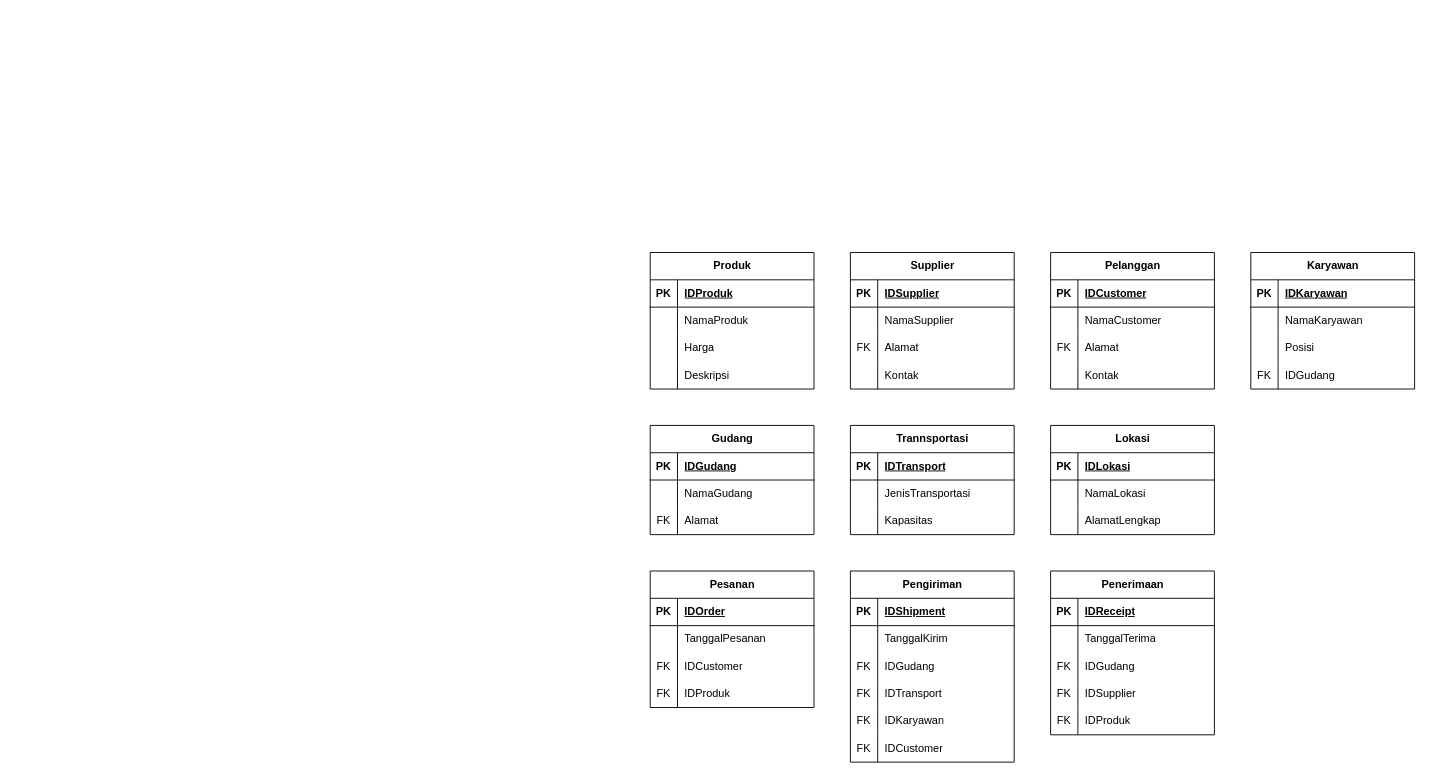
Above: page "Logical Data Model" (4 of 10) of logistic-management-system.drawio in Firzh/semester-3 (draw.io), before the change. Source tidied: cells renumbered, new cells numbered last; positions are measured from the earlier drawing's top-left corner, leaving out a move shared by most shapes. Both pictures are drawn from the tidied source at 91%, with x=0, y=0 at pixel (650, 252).
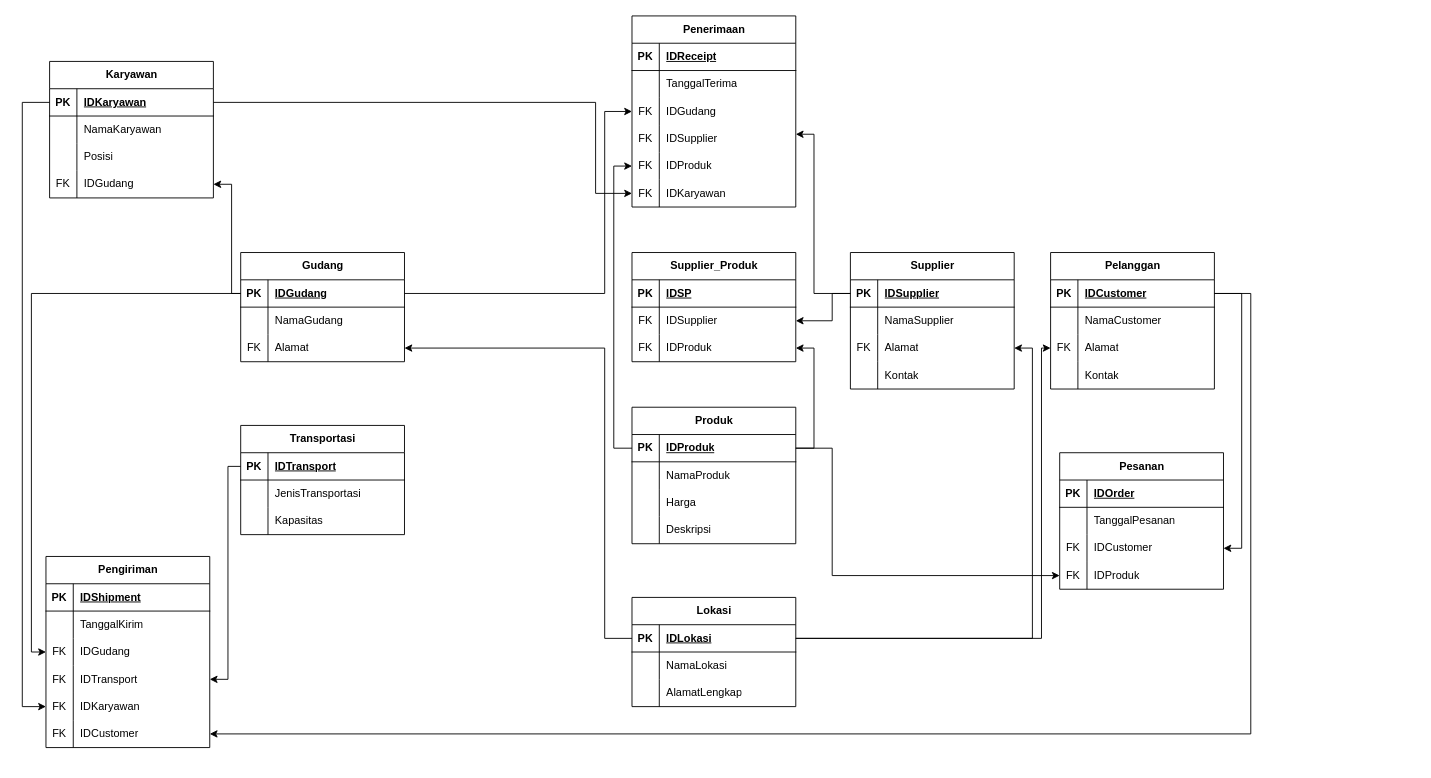
The same diagram, later.

Unchanged cells that the change refers to:
```xml
<mxCell id="3" style="shape=tableRow;horizontal=0;startSize=0;swimlaneHead=0;swimlaneBody=0;fillColor=none;points=[[0,0.5],[1,0.5]];portConstraint=eastwest;top=0;left=0;right=0;bottom=1;" parent="2" vertex="1">
  <mxGeometry y="30" width="180" height="30" as="geometry" />
</mxCell>
<mxCell id="16" style="shape=tableRow;horizontal=0;startSize=0;swimlaneHead=0;swimlaneBody=0;fillColor=none;points=[[0,0.5],[1,0.5]];portConstraint=eastwest;top=0;left=0;right=0;bottom=1;" parent="15" vertex="1">
  <mxGeometry y="30" width="180" height="30" as="geometry" />
</mxCell>
<mxCell id="22" style="shape=tableRow;horizontal=0;startSize=0;swimlaneHead=0;swimlaneBody=0;fillColor=none;points=[[0,0.5],[1,0.5]];portConstraint=eastwest;top=0;left=0;right=0;bottom=0;" parent="15" vertex="1">
  <mxGeometry y="90" width="180" height="30" as="geometry" />
</mxCell>
<mxCell id="29" style="shape=tableRow;horizontal=0;startSize=0;swimlaneHead=0;swimlaneBody=0;fillColor=none;points=[[0,0.5],[1,0.5]];portConstraint=eastwest;top=0;left=0;right=0;bottom=1;" parent="28" vertex="1">
  <mxGeometry y="30" width="180" height="30" as="geometry" />
</mxCell>
<mxCell id="35" style="shape=tableRow;horizontal=0;startSize=0;swimlaneHead=0;swimlaneBody=0;fillColor=none;points=[[0,0.5],[1,0.5]];portConstraint=eastwest;top=0;left=0;right=0;bottom=0;" parent="28" vertex="1">
  <mxGeometry y="90" width="180" height="30" as="geometry" />
</mxCell>
<mxCell id="42" style="shape=tableRow;horizontal=0;startSize=0;swimlaneHead=0;swimlaneBody=0;fillColor=none;points=[[0,0.5],[1,0.5]];portConstraint=eastwest;top=0;left=0;right=0;bottom=1;" parent="41" vertex="1">
  <mxGeometry y="30" width="180" height="30" as="geometry" />
</mxCell>
<mxCell id="48" style="shape=tableRow;horizontal=0;startSize=0;swimlaneHead=0;swimlaneBody=0;fillColor=none;points=[[0,0.5],[1,0.5]];portConstraint=eastwest;top=0;left=0;right=0;bottom=0;" parent="41" vertex="1">
  <mxGeometry y="90" width="180" height="30" as="geometry" />
</mxCell>
<mxCell id="52" style="shape=tableRow;horizontal=0;startSize=0;swimlaneHead=0;swimlaneBody=0;fillColor=none;points=[[0,0.5],[1,0.5]];portConstraint=eastwest;top=0;left=0;right=0;bottom=1;" parent="51" vertex="1">
  <mxGeometry y="30" width="180" height="30" as="geometry" />
</mxCell>
<mxCell id="62" style="shape=tableRow;horizontal=0;startSize=0;swimlaneHead=0;swimlaneBody=0;fillColor=none;points=[[0,0.5],[1,0.5]];portConstraint=eastwest;top=0;left=0;right=0;bottom=1;" parent="61" vertex="1">
  <mxGeometry y="30" width="180" height="30" as="geometry" />
</mxCell>
<mxCell id="78" style="shape=tableRow;horizontal=0;startSize=0;swimlaneHead=0;swimlaneBody=0;fillColor=none;points=[[0,0.5],[1,0.5]];portConstraint=eastwest;top=0;left=0;right=0;bottom=0;" parent="71" vertex="1">
  <mxGeometry y="90" width="180" height="30" as="geometry" />
</mxCell>
<mxCell id="81" style="shape=tableRow;horizontal=0;startSize=0;swimlaneHead=0;swimlaneBody=0;fillColor=none;points=[[0,0.5],[1,0.5]];portConstraint=eastwest;top=0;left=0;right=0;bottom=0;" parent="71" vertex="1">
  <mxGeometry y="120" width="180" height="30" as="geometry" />
</mxCell>
<mxCell id="91" style="shape=tableRow;horizontal=0;startSize=0;swimlaneHead=0;swimlaneBody=0;fillColor=none;points=[[0,0.5],[1,0.5]];portConstraint=eastwest;top=0;left=0;right=0;bottom=0;" parent="84" vertex="1">
  <mxGeometry y="90" width="180" height="30" as="geometry" />
</mxCell>
<mxCell id="94" style="shape=tableRow;horizontal=0;startSize=0;swimlaneHead=0;swimlaneBody=0;fillColor=none;points=[[0,0.5],[1,0.5]];portConstraint=eastwest;top=0;left=0;right=0;bottom=0;" parent="84" vertex="1">
  <mxGeometry y="120" width="180" height="30" as="geometry" />
</mxCell>
<mxCell id="97" style="shape=tableRow;horizontal=0;startSize=0;swimlaneHead=0;swimlaneBody=0;fillColor=none;points=[[0,0.5],[1,0.5]];portConstraint=eastwest;top=0;left=0;right=0;bottom=0;" parent="84" vertex="1">
  <mxGeometry y="150" width="180" height="30" as="geometry" />
</mxCell>
<mxCell id="100" style="shape=tableRow;horizontal=0;startSize=0;swimlaneHead=0;swimlaneBody=0;fillColor=none;points=[[0,0.5],[1,0.5]];portConstraint=eastwest;top=0;left=0;right=0;bottom=0;" parent="84" vertex="1">
  <mxGeometry y="180" width="180" height="30" as="geometry" />
</mxCell>
<mxCell id="110" style="shape=tableRow;horizontal=0;startSize=0;swimlaneHead=0;swimlaneBody=0;fillColor=none;points=[[0,0.5],[1,0.5]];portConstraint=eastwest;top=0;left=0;right=0;bottom=0;" parent="103" vertex="1">
  <mxGeometry y="90" width="180" height="30" as="geometry" />
</mxCell>
<mxCell id="116" style="shape=tableRow;horizontal=0;startSize=0;swimlaneHead=0;swimlaneBody=0;fillColor=none;points=[[0,0.5],[1,0.5]];portConstraint=eastwest;top=0;left=0;right=0;bottom=0;" parent="103" vertex="1">
  <mxGeometry y="150" width="180" height="30" as="geometry" />
</mxCell>
<mxCell id="120" style="shape=tableRow;horizontal=0;startSize=0;swimlaneHead=0;swimlaneBody=0;fillColor=none;points=[[0,0.5],[1,0.5]];portConstraint=eastwest;top=0;left=0;right=0;bottom=1;" parent="119" vertex="1">
  <mxGeometry y="30" width="180" height="30" as="geometry" />
</mxCell>
<mxCell id="129" style="shape=tableRow;horizontal=0;startSize=0;swimlaneHead=0;swimlaneBody=0;fillColor=none;points=[[0,0.5],[1,0.5]];portConstraint=eastwest;top=0;left=0;right=0;bottom=0;" parent="119" vertex="1">
  <mxGeometry y="120" width="180" height="30" as="geometry" />
</mxCell>
```

Diff of the diagram source:
```diff
@@
     <mxCell id="2" value="Produk" style="shape=table;startSize=30;childLayout=tableLayout;rowLines=0;fontStyle=1;align=center;html=1;" parent="1" vertex="1">
-      <mxGeometry width="180" height="150" as="geometry" />
+      <mxGeometry x="-20" y="170" width="180" height="150" as="geometry" />
     </mxCell>
@@
     <mxCell id="41" value="Gudang" style="shape=table;startSize=30;childLayout=tableLayout;rowLines=0;fontStyle=1;align=center;html=1;" parent="1" vertex="1">
-      <mxGeometry y="190" width="180" height="120" as="geometry" />
+      <mxGeometry x="-450" width="180" height="120" as="geometry" />
     </mxCell>
@@
-    <mxCell id="51" value="Trannsportasi" style="shape=table;startSize=30;childLayout=tableLayout;rowLines=0;fontStyle=1;align=center;html=1;" parent="1" vertex="1">
-      <mxGeometry x="220" y="190" width="180" height="120" as="geometry" />
+    <mxCell id="51" value="Transportasi" style="shape=table;startSize=30;childLayout=tableLayout;rowLines=0;fontStyle=1;align=center;html=1;" parent="1" vertex="1">
+      <mxGeometry x="-450" y="190" width="180" height="120" as="geometry" />
     </mxCell>
@@
     <mxCell id="61" value="Lokasi" style="shape=table;startSize=30;childLayout=tableLayout;rowLines=0;fontStyle=1;align=center;html=1;" parent="1" vertex="1">
-      <mxGeometry x="440" y="190" width="180" height="120" as="geometry" />
+      <mxGeometry x="-20" y="379" width="180" height="120" as="geometry" />
     </mxCell>
@@
     <mxCell id="71" value="Pesanan" style="shape=table;startSize=30;childLayout=tableLayout;rowLines=0;fontStyle=1;align=center;html=1;" parent="1" vertex="1">
-      <mxGeometry y="350" width="180" height="150" as="geometry" />
+      <mxGeometry x="450" y="220" width="180" height="150" as="geometry" />
     </mxCell>
@@
     <mxCell id="84" value="Pengiriman" style="shape=table;startSize=30;childLayout=tableLayout;rowLines=0;fontStyle=1;align=center;html=1;" parent="1" vertex="1">
-      <mxGeometry x="220" y="350" width="180" height="210" as="geometry" />
+      <mxGeometry x="-664" y="334" width="180" height="210" as="geometry" />
     </mxCell>
@@
     <mxCell id="103" value="Penerimaan" style="shape=table;startSize=30;childLayout=tableLayout;rowLines=0;fontStyle=1;align=center;html=1;" parent="1" vertex="1">
-      <mxGeometry x="440" y="350" width="180" height="180" as="geometry" />
+      <mxGeometry x="-20" y="-260" width="180" height="210" as="geometry" />
     </mxCell>
@@
+    <mxCell id="132" style="shape=tableRow;horizontal=0;startSize=0;swimlaneHead=0;swimlaneBody=0;fillColor=none;points=[[0,0.5],[1,0.5]];portConstraint=eastwest;top=0;left=0;right=0;bottom=0;" parent="103" vertex="1">
+      <mxGeometry y="180" width="180" height="30" as="geometry" />
+    </mxCell>
+    <mxCell id="133" value="FK" style="shape=partialRectangle;fillColor=none;top=0;left=0;bottom=0;right=0;overflow=hidden;whiteSpace=wrap;html=1;" parent="132" vertex="1">
+      <mxGeometry width="30" height="30" as="geometry" />
+    </mxCell>
+    <mxCell id="134" value="IDKaryawan" style="shape=partialRectangle;fillColor=none;top=0;left=0;bottom=0;right=0;align=left;spacingLeft=6;overflow=hidden;whiteSpace=wrap;html=1;" parent="132" vertex="1">
+      <mxGeometry x="30" width="150" height="30" as="geometry" />
+    </mxCell>
     <mxCell id="119" value="Karyawan" style="shape=table;startSize=30;childLayout=tableLayout;rowLines=0;fontStyle=1;align=center;html=1;" parent="1" vertex="1">
-      <mxGeometry x="660" width="180" height="150" as="geometry" />
+      <mxGeometry x="-660" y="-210" width="180" height="150" as="geometry" />
     </mxCell>
@@
+    <mxCell id="135" value="Supplier_Produk" style="shape=table;startSize=30;childLayout=tableLayout;rowLines=0;fontStyle=1;align=center;html=1;" parent="1" vertex="1">
+      <mxGeometry x="-20" width="180" height="120" as="geometry" />
+    </mxCell>
+    <mxCell id="136" style="shape=tableRow;horizontal=0;startSize=0;swimlaneHead=0;swimlaneBody=0;fillColor=none;top=0;left=0;right=0;bottom=1;" parent="135" vertex="1">
+      <mxGeometry y="30" width="180" height="30" as="geometry" />
+    </mxCell>
+    <mxCell id="137" value="PK" style="shape=partialRectangle;fillColor=none;top=0;left=0;bottom=0;right=0;fontStyle=1;overflow=hidden;whiteSpace=wrap;html=1;" parent="136" vertex="1">
+      <mxGeometry width="30" height="30" as="geometry" />
+    </mxCell>
+    <mxCell id="138" value="IDSP" style="shape=partialRectangle;fillColor=none;top=0;left=0;bottom=0;right=0;align=left;spacingLeft=6;fontStyle=5;overflow=hidden;whiteSpace=wrap;html=1;" parent="136" vertex="1">
+      <mxGeometry x="30" width="150" height="30" as="geometry" />
+    </mxCell>
+    <mxCell id="139" style="shape=tableRow;horizontal=0;startSize=0;swimlaneHead=0;swimlaneBody=0;fillColor=none;points=[[0,0.5],[1,0.5]];portConstraint=eastwest;top=0;left=0;right=0;bottom=0;" parent="135" vertex="1">
+      <mxGeometry y="60" width="180" height="30" as="geometry" />
+    </mxCell>
+    <mxCell id="140" value="FK" style="shape=partialRectangle;fillColor=none;top=0;left=0;bottom=0;right=0;overflow=hidden;whiteSpace=wrap;html=1;" parent="139" vertex="1">
+      <mxGeometry width="30" height="30" as="geometry" />
+    </mxCell>
+    <mxCell id="141" value="IDSupplier" style="shape=partialRectangle;fillColor=none;top=0;left=0;bottom=0;right=0;align=left;spacingLeft=6;overflow=hidden;whiteSpace=wrap;html=1;" parent="139" vertex="1">
+      <mxGeometry x="30" width="150" height="30" as="geometry" />
+    </mxCell>
+    <mxCell id="142" style="shape=tableRow;horizontal=0;startSize=0;swimlaneHead=0;swimlaneBody=0;fillColor=none;points=[[0,0.5],[1,0.5]];portConstraint=eastwest;top=0;left=0;right=0;bottom=0;" parent="135" vertex="1">
+      <mxGeometry y="90" width="180" height="30" as="geometry" />
+    </mxCell>
+    <mxCell id="143" value="FK" style="shape=partialRectangle;fillColor=none;top=0;left=0;bottom=0;right=0;overflow=hidden;whiteSpace=wrap;html=1;" parent="142" vertex="1">
+      <mxGeometry width="30" height="30" as="geometry" />
+    </mxCell>
+    <mxCell id="144" value="IDProduk" style="shape=partialRectangle;fillColor=none;top=0;left=0;bottom=0;right=0;align=left;spacingLeft=6;overflow=hidden;whiteSpace=wrap;html=1;" parent="142" vertex="1">
+      <mxGeometry x="30" width="150" height="30" as="geometry" />
+    </mxCell>
+    <mxCell id="145" style="edgeStyle=orthogonalEdgeStyle;rounded=0;jettySize=auto;html=1;entryX=1;entryY=0.5;entryDx=0;entryDy=0;" parent="1" edge="1" source="16" target="139">
+      <mxGeometry relative="1" as="geometry">
+        <Array as="points">
+          <mxPoint x="200" y="45" />
+          <mxPoint x="200" y="75" />
+        </Array>
+      </mxGeometry>
+    </mxCell>
+    <mxCell id="146" style="edgeStyle=orthogonalEdgeStyle;rounded=0;jettySize=auto;html=1;entryX=1;entryY=0.5;entryDx=0;entryDy=0;exitX=1;exitY=0.5;exitDx=0;exitDy=0;" parent="1" edge="1" source="3" target="142">
+      <mxGeometry relative="1" as="geometry" />
+    </mxCell>
+    <mxCell id="147" style="edgeStyle=orthogonalEdgeStyle;rounded=0;jettySize=auto;html=1;" parent="1" edge="1" source="16">
+      <mxGeometry relative="1" as="geometry">
+        <mxPoint x="160" y="-130" as="targetPoint" />
+        <Array as="points">
+          <mxPoint x="180" y="45" />
+          <mxPoint x="180" y="-130" />
+        </Array>
+      </mxGeometry>
+    </mxCell>
+    <mxCell id="148" style="edgeStyle=orthogonalEdgeStyle;rounded=0;jettySize=auto;html=1;entryX=0;entryY=0.5;entryDx=0;entryDy=0;" parent="1" edge="1" source="42" target="110">
+      <mxGeometry relative="1" as="geometry">
+        <Array as="points">
+          <mxPoint x="-50" y="45" />
+          <mxPoint x="-50" y="-155" />
+        </Array>
+      </mxGeometry>
+    </mxCell>
+    <mxCell id="149" style="edgeStyle=orthogonalEdgeStyle;rounded=0;jettySize=auto;html=1;entryX=0;entryY=0.5;entryDx=0;entryDy=0;" parent="1" edge="1" source="3" target="116">
+      <mxGeometry relative="1" as="geometry" />
+    </mxCell>
+    <mxCell id="150" style="edgeStyle=orthogonalEdgeStyle;rounded=0;jettySize=auto;html=1;entryX=1;entryY=0.5;entryDx=0;entryDy=0;" parent="1" edge="1" source="42" target="129">
+      <mxGeometry relative="1" as="geometry">
+        <Array as="points">
+          <mxPoint x="-460" y="45" />
+          <mxPoint x="-460" y="-75" />
+        </Array>
+      </mxGeometry>
+    </mxCell>
+    <mxCell id="151" style="edgeStyle=orthogonalEdgeStyle;rounded=0;jettySize=auto;html=1;entryX=0;entryY=0.5;entryDx=0;entryDy=0;" parent="1" edge="1" source="62" target="35">
+      <mxGeometry relative="1" as="geometry">
+        <Array as="points">
+          <mxPoint x="430" y="424" />
+          <mxPoint x="430" y="105" />
+        </Array>
+      </mxGeometry>
+    </mxCell>
+    <mxCell id="152" style="edgeStyle=orthogonalEdgeStyle;rounded=0;jettySize=auto;html=1;entryX=1;entryY=0.5;entryDx=0;entryDy=0;" parent="1" edge="1" source="62" target="22">
+      <mxGeometry relative="1" as="geometry" />
+    </mxCell>
+    <mxCell id="153" style="edgeStyle=orthogonalEdgeStyle;rounded=0;jettySize=auto;html=1;exitX=1;exitY=0.5;exitDx=0;exitDy=0;entryX=1;entryY=0.5;entryDx=0;entryDy=0;" parent="1" edge="1" source="29" target="78">
+      <mxGeometry relative="1" as="geometry" />
+    </mxCell>
+    <mxCell id="154" style="edgeStyle=orthogonalEdgeStyle;rounded=0;jettySize=auto;html=1;exitX=1;exitY=0.5;exitDx=0;exitDy=0;entryX=0;entryY=0.5;entryDx=0;entryDy=0;" parent="1" edge="1" source="3" target="81">
+      <mxGeometry relative="1" as="geometry">
+        <Array as="points">
+          <mxPoint x="200" y="215" />
+          <mxPoint x="200" y="355" />
+        </Array>
+      </mxGeometry>
+    </mxCell>
+    <mxCell id="155" style="edgeStyle=orthogonalEdgeStyle;rounded=0;jettySize=auto;html=1;exitX=0;exitY=0.5;exitDx=0;exitDy=0;entryX=1;entryY=0.5;entryDx=0;entryDy=0;" parent="1" edge="1" source="62" target="48">
+      <mxGeometry relative="1" as="geometry">
+        <Array as="points">
+          <mxPoint x="-50" y="424" />
+          <mxPoint x="-50" y="105" />
+        </Array>
+      </mxGeometry>
+    </mxCell>
+    <mxCell id="156" style="edgeStyle=orthogonalEdgeStyle;rounded=0;jettySize=auto;html=1;exitX=0;exitY=0.5;exitDx=0;exitDy=0;entryX=0;entryY=0.5;entryDx=0;entryDy=0;" parent="1" edge="1" source="42" target="91">
+      <mxGeometry relative="1" as="geometry">
+        <Array as="points">
+          <mxPoint x="-680" y="45" />
+          <mxPoint x="-680" y="439" />
+        </Array>
+      </mxGeometry>
+    </mxCell>
+    <mxCell id="157" style="edgeStyle=orthogonalEdgeStyle;rounded=0;jettySize=auto;html=1;entryX=1;entryY=0.5;entryDx=0;entryDy=0;" parent="1" edge="1" source="52" target="94">
+      <mxGeometry relative="1" as="geometry">
+        <Array as="points">
+          <mxPoint x="-464" y="235" />
+          <mxPoint x="-464" y="469" />
+        </Array>
+      </mxGeometry>
+    </mxCell>
+    <mxCell id="158" style="edgeStyle=orthogonalEdgeStyle;rounded=0;jettySize=auto;html=1;exitX=1;exitY=0.5;exitDx=0;exitDy=0;entryX=0;entryY=0.5;entryDx=0;entryDy=0;" parent="1" edge="1" source="120" target="132">
+      <mxGeometry relative="1" as="geometry">
+        <Array as="points">
+          <mxPoint x="-60" y="-165" />
+          <mxPoint x="-60" y="-65" />
+        </Array>
+      </mxGeometry>
+    </mxCell>
+    <mxCell id="159" style="edgeStyle=orthogonalEdgeStyle;rounded=0;jettySize=auto;html=1;exitX=0;exitY=0.5;exitDx=0;exitDy=0;entryX=0;entryY=0.5;entryDx=0;entryDy=0;" parent="1" edge="1" source="120" target="97">
+      <mxGeometry relative="1" as="geometry">
+        <Array as="points">
+          <mxPoint x="-690" y="-165" />
+          <mxPoint x="-690" y="499" />
+        </Array>
+      </mxGeometry>
+    </mxCell>
+    <mxCell id="160" style="edgeStyle=orthogonalEdgeStyle;rounded=0;jettySize=auto;html=1;entryX=1;entryY=0.5;entryDx=0;entryDy=0;" parent="1" edge="1" source="29" target="100">
+      <mxGeometry relative="1" as="geometry">
+        <Array as="points">
+          <mxPoint x="660" y="45" />
+          <mxPoint x="660" y="529" />
+        </Array>
+      </mxGeometry>
+    </mxCell>
```
